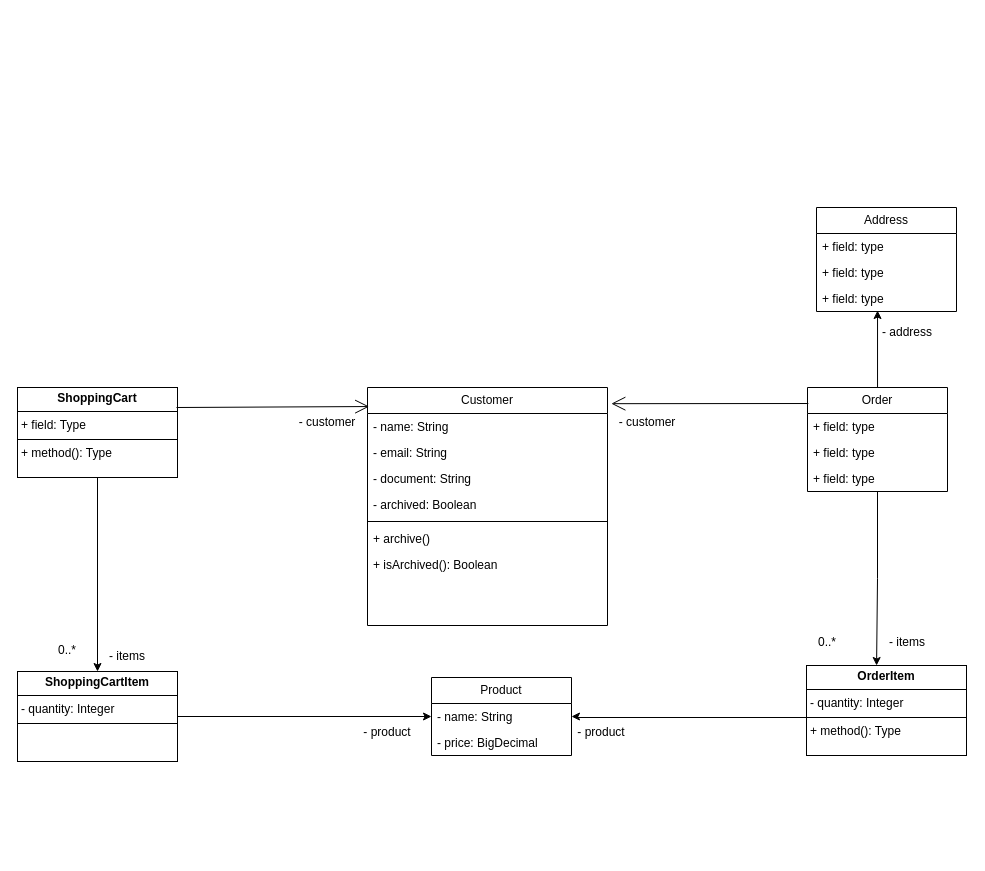
MGLMendes/ems-algashop-docs keeps this draw.io diagram as AlgaShop.drawio. Above is the earlier version. Source tidied: cells renumbered, new cells numbered last; positions are measured from the earlier drawing's top-left corner, leaving out a move shared by most shapes. Both pictures are drawn from the tidied source at 100%, with x=0, y=0 at pixel (17, 207).
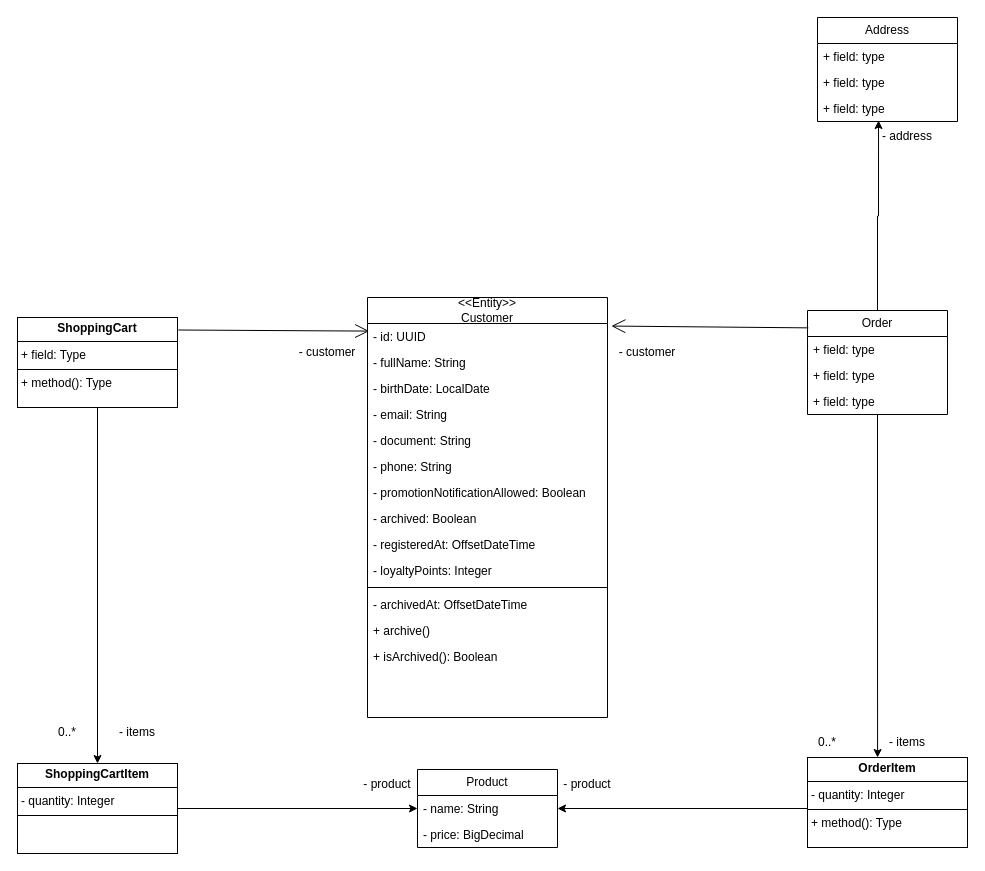
Above is the later version.

Commit message:
`5.9` Refinando Domain Model

Unchanged cells that the change refers to:
```xml
<mxCell id="16" value="- name: String" style="text;strokeColor=none;fillColor=none;align=left;verticalAlign=top;spacingLeft=4;spacingRight=4;overflow=hidden;points=[[0,0.5],[1,0.5]];portConstraint=eastwest;whiteSpace=wrap;html=1;" parent="15" vertex="1">
  <mxGeometry y="26" width="140" height="26" as="geometry" />
</mxCell>
```

What changed in the source:
```diff
@@
-    <mxCell id="2" value="Customer" style="swimlane;fontStyle=0;horizontal=1;startSize=26;fillColor=none;whiteSpace=wrap;html=1;" parent="1" vertex="1">
-      <mxGeometry x="350" y="180" width="240" height="238" as="geometry" />
+    <mxCell id="2" value="&lt;div&gt;&amp;lt;&amp;lt;Entity&amp;gt;&amp;gt;&lt;/div&gt;Customer" style="swimlane;fontStyle=0;horizontal=1;startSize=26;fillColor=none;whiteSpace=wrap;html=1;" parent="1" vertex="1">
+      <mxGeometry x="350" y="90" width="240" height="420" as="geometry" />
     </mxCell>
+    <mxCell id="41" value="- id: UUID" style="text;strokeColor=none;fillColor=none;align=left;verticalAlign=top;spacingLeft=4;spacingRight=4;overflow=hidden;whiteSpace=wrap;html=1;" parent="2" vertex="1">
+      <mxGeometry y="26" width="240" height="26" as="geometry" />
+    </mxCell>
-    <mxCell id="3" value="- name: String" style="text;strokeColor=none;fillColor=none;align=left;verticalAlign=top;spacingLeft=4;spacingRight=4;overflow=hidden;whiteSpace=wrap;html=1;" parent="2" vertex="1">
-      <mxGeometry y="26" width="240" height="26" as="geometry" />
+    <mxCell id="3" value="- fullName: String" style="text;strokeColor=none;fillColor=none;align=left;verticalAlign=top;spacingLeft=4;spacingRight=4;overflow=hidden;whiteSpace=wrap;html=1;" parent="2" vertex="1">
+      <mxGeometry y="52" width="240" height="26" as="geometry" />
     </mxCell>
+    <mxCell id="42" value="- birthDate: LocalDate" style="text;strokeColor=none;fillColor=none;align=left;verticalAlign=top;spacingLeft=4;spacingRight=4;overflow=hidden;whiteSpace=wrap;html=1;" parent="2" vertex="1">
+      <mxGeometry y="78" width="240" height="26" as="geometry" />
+    </mxCell>
     <mxCell id="4" value="- email: String" style="text;strokeColor=none;fillColor=none;align=left;verticalAlign=top;spacingLeft=4;spacingRight=4;overflow=hidden;whiteSpace=wrap;html=1;" parent="2" vertex="1">
-      <mxGeometry y="52" width="240" height="26" as="geometry" />
+      <mxGeometry y="104" width="240" height="26" as="geometry" />
     </mxCell>
     <mxCell id="5" value="- document: String" style="text;strokeColor=none;fillColor=none;align=left;verticalAlign=top;spacingLeft=4;spacingRight=4;overflow=hidden;whiteSpace=wrap;html=1;" parent="2" vertex="1">
-      <mxGeometry y="78" width="240" height="26" as="geometry" />
+      <mxGeometry y="130" width="240" height="26" as="geometry" />
     </mxCell>
+    <mxCell id="43" value="- phone: String" style="text;strokeColor=none;fillColor=none;align=left;verticalAlign=top;spacingLeft=4;spacingRight=4;overflow=hidden;whiteSpace=wrap;html=1;" parent="2" vertex="1">
+      <mxGeometry y="156" width="240" height="26" as="geometry" />
+    </mxCell>
+    <mxCell id="44" value="- promotionNotificationAllowed: Boolean" style="text;strokeColor=none;fillColor=none;align=left;verticalAlign=top;spacingLeft=4;spacingRight=4;overflow=hidden;whiteSpace=wrap;html=1;" parent="2" vertex="1">
+      <mxGeometry y="182" width="240" height="26" as="geometry" />
+    </mxCell>
     <mxCell id="6" value="- archived: Boolean" style="text;strokeColor=none;fillColor=none;align=left;verticalAlign=top;spacingLeft=4;spacingRight=4;overflow=hidden;whiteSpace=wrap;html=1;" parent="2" vertex="1">
-      <mxGeometry y="104" width="240" height="26" as="geometry" />
+      <mxGeometry y="208" width="240" height="26" as="geometry" />
     </mxCell>
+    <mxCell id="45" value="- registeredAt: OffsetDateTime" style="text;strokeColor=none;fillColor=none;align=left;verticalAlign=top;spacingLeft=4;spacingRight=4;overflow=hidden;whiteSpace=wrap;html=1;" parent="2" vertex="1">
+      <mxGeometry y="234" width="240" height="26" as="geometry" />
+    </mxCell>
+    <mxCell id="46" value="- loyaltyPoints: Integer" style="text;strokeColor=none;fillColor=none;align=left;verticalAlign=top;spacingLeft=4;spacingRight=4;overflow=hidden;whiteSpace=wrap;html=1;" parent="2" vertex="1">
+      <mxGeometry y="260" width="240" height="26" as="geometry" />
+    </mxCell>
     <mxCell id="7" style="line;strokeWidth=1;fillColor=none;align=left;verticalAlign=middle;spacingTop=-1;spacingLeft=3;spacingRight=3;labelPosition=right;strokeColor=inherit;" parent="2" vertex="1">
-      <mxGeometry y="130" width="240" height="8" as="geometry" />
+      <mxGeometry y="286" width="240" height="8" as="geometry" />
     </mxCell>
+    <mxCell id="47" value="- archivedAt: OffsetDateTime" style="text;strokeColor=none;fillColor=none;align=left;verticalAlign=top;spacingLeft=4;spacingRight=4;overflow=hidden;whiteSpace=wrap;html=1;" parent="2" vertex="1">
+      <mxGeometry y="294" width="240" height="26" as="geometry" />
+    </mxCell>
     <mxCell id="8" value="+ archive()" style="text;strokeColor=none;fillColor=none;align=left;verticalAlign=top;spacingLeft=4;spacingRight=4;overflow=hidden;whiteSpace=wrap;html=1;" parent="2" vertex="1">
-      <mxGeometry y="138" width="240" height="26" as="geometry" />
+      <mxGeometry y="320" width="240" height="26" as="geometry" />
     </mxCell>
     <mxCell id="9" value="+ isArchived(): Boolean" style="text;strokeColor=none;fillColor=none;align=left;verticalAlign=top;spacingLeft=4;spacingRight=4;overflow=hidden;whiteSpace=wrap;html=1;" parent="2" vertex="1">
-      <mxGeometry y="164" width="240" height="26" as="geometry" />
+      <mxGeometry y="346" width="240" height="26" as="geometry" />
     </mxCell>
     <mxCell id="10" style="text;strokeColor=none;fillColor=none;align=left;verticalAlign=middle;spacingTop=-1;spacingLeft=4;spacingRight=4;labelPosition=right;" parent="2" vertex="1">
-      <mxGeometry y="190" width="240" height="48" as="geometry" />
+      <mxGeometry y="372" width="240" height="48" as="geometry" />
     </mxCell>
     <mxCell id="11" value="Order" style="swimlane;fontStyle=0;horizontal=1;startSize=26;fillColor=none;whiteSpace=wrap;html=1;" parent="1" vertex="1">
-      <mxGeometry x="790" y="180" width="140" height="104" as="geometry" />
+      <mxGeometry x="790" y="103" width="140" height="104" as="geometry" />
     </mxCell>
@@
     <mxCell id="15" value="Product" style="swimlane;fontStyle=0;horizontal=1;startSize=26;fillColor=none;whiteSpace=wrap;html=1;" parent="1" vertex="1">
-      <mxGeometry x="414" y="470" width="140" height="78" as="geometry" />
+      <mxGeometry x="400" y="562" width="140" height="78" as="geometry" />
     </mxCell>
@@
     <mxCell id="18" value="Address" style="swimlane;fontStyle=0;horizontal=1;startSize=26;fillColor=none;whiteSpace=wrap;html=1;" parent="1" vertex="1">
-      <mxGeometry x="799" width="140" height="104" as="geometry" />
+      <mxGeometry x="800" y="-190" width="140" height="104" as="geometry" />
     </mxCell>
@@
     <mxCell id="23" value="&lt;p style=&quot;margin:0px;margin-top:4px;text-align:center;&quot;&gt;&lt;b&gt;ShoppingCart&lt;/b&gt;&lt;/p&gt;&lt;hr size=&quot;1&quot; style=&quot;border-style:solid;&quot;&gt;&lt;p style=&quot;margin:0px;margin-left:4px;&quot;&gt;+ field: Type&lt;/p&gt;&lt;hr size=&quot;1&quot; style=&quot;border-style:solid;&quot;&gt;&lt;p style=&quot;margin:0px;margin-left:4px;&quot;&gt;+ method(): Type&lt;/p&gt;" style="verticalAlign=top;align=left;overflow=fill;html=1;whiteSpace=wrap;" parent="1" vertex="1">
-      <mxGeometry y="180" width="160" height="90" as="geometry" />
+      <mxGeometry y="110" width="160" height="90" as="geometry" />
     </mxCell>
-    <mxCell id="24" style="endArrow=open;endFill=1;endSize=12;html=1;rounded=0;exitX=0.006;exitY=0.154;exitDx=0;exitDy=0;exitPerimeter=0;entryX=1.016;entryY=0.068;entryDx=0;entryDy=0;entryPerimeter=0;" parent="1" edge="1" source="11" target="2">
+    <mxCell id="24" style="endArrow=open;endFill=1;endSize=12;html=1;rounded=0;exitX=0.006;exitY=0.167;exitDx=0;exitDy=0;exitPerimeter=0;entryX=1.016;entryY=0.068;entryDx=0;entryDy=0;entryPerimeter=0;" parent="1" edge="1" source="11" target="2">
       <mxGeometry relative="1" as="geometry" />
     </mxCell>
     <mxCell id="25" value="- customer" style="text;html=1;whiteSpace=wrap;strokeColor=none;fillColor=none;align=center;verticalAlign=middle;rounded=0;" parent="1" vertex="1">
-      <mxGeometry x="600" y="200" width="60" height="30" as="geometry" />
+      <mxGeometry x="600" y="130" width="60" height="30" as="geometry" />
     </mxCell>
-    <mxCell id="26" style="endArrow=open;endFill=1;endSize=12;html=1;rounded=0;entryX=0.007;entryY=0.08;entryDx=0;entryDy=0;entryPerimeter=0;" parent="1" edge="1" target="2">
-      <mxGeometry relative="1" as="geometry">
-        <mxPoint x="159" y="200" as="sourcePoint" />
-      </mxGeometry>
+    <mxCell id="26" style="endArrow=open;endFill=1;endSize=12;html=1;rounded=0;entryX=0.007;entryY=0.08;entryDx=0;entryDy=0;entryPerimeter=0;exitX=1.005;exitY=0.139;exitDx=0;exitDy=0;exitPerimeter=0;" parent="1" edge="1" source="23" target="2">
+      <mxGeometry relative="1" as="geometry" />
     </mxCell>
     <mxCell id="27" value="- customer" style="text;html=1;whiteSpace=wrap;strokeColor=none;fillColor=none;align=center;verticalAlign=middle;rounded=0;" parent="1" vertex="1">
-      <mxGeometry x="280" y="200" width="60" height="30" as="geometry" />
+      <mxGeometry x="280" y="130" width="60" height="30" as="geometry" />
     </mxCell>
@@
     <mxCell id="29" value="- address" style="text;html=1;whiteSpace=wrap;strokeColor=none;fillColor=none;align=center;verticalAlign=middle;rounded=0;" parent="1" vertex="1">
-      <mxGeometry x="860" y="110" width="60" height="30" as="geometry" />
+      <mxGeometry x="860" y="-86" width="60" height="30" as="geometry" />
     </mxCell>
@@
     <mxCell id="31" value="&lt;p style=&quot;margin:0px;margin-top:4px;text-align:center;&quot;&gt;&lt;b&gt;ShoppingCartItem&lt;/b&gt;&lt;/p&gt;&lt;hr size=&quot;1&quot; style=&quot;border-style:solid;&quot;&gt;&lt;p style=&quot;margin:0px;margin-left:4px;&quot;&gt;- quantity: Integer&lt;/p&gt;&lt;hr size=&quot;1&quot; style=&quot;border-style:solid;&quot;&gt;&lt;p style=&quot;margin:0px;margin-left:4px;&quot;&gt;&lt;br&gt;&lt;/p&gt;" style="verticalAlign=top;align=left;overflow=fill;html=1;whiteSpace=wrap;" parent="1" vertex="1">
-      <mxGeometry y="464" width="160" height="90" as="geometry" />
+      <mxGeometry y="556" width="160" height="90" as="geometry" />
     </mxCell>
     <mxCell id="32" style="edgeStyle=orthogonalEdgeStyle;rounded=0;jettySize=auto;html=1;entryX=1;entryY=0.5;entryDx=0;entryDy=0;" parent="1" edge="1" source="33" target="16">
       <mxGeometry relative="1" as="geometry">
         <Array as="points">
-          <mxPoint x="558" y="510" />
-          <mxPoint x="558" y="509" />
+          <mxPoint x="540" y="600" />
         </Array>
       </mxGeometry>
     </mxCell>
     <mxCell id="33" value="&lt;p style=&quot;margin:0px;margin-top:4px;text-align:center;&quot;&gt;&lt;b&gt;OrderItem&lt;/b&gt;&lt;/p&gt;&lt;hr size=&quot;1&quot; style=&quot;border-style:solid;&quot;&gt;&lt;p style=&quot;margin:0px;margin-left:4px;&quot;&gt;- quantity: Integer&lt;/p&gt;&lt;hr size=&quot;1&quot; style=&quot;border-style:solid;&quot;&gt;&lt;p style=&quot;margin:0px;margin-left:4px;&quot;&gt;+ method(): Type&lt;/p&gt;" style="verticalAlign=top;align=left;overflow=fill;html=1;whiteSpace=wrap;" parent="1" vertex="1">
-      <mxGeometry x="789" y="458" width="160" height="90" as="geometry" />
+      <mxGeometry x="790" y="550" width="160" height="90" as="geometry" />
     </mxCell>
@@
     <mxCell id="35" value="- product" style="text;html=1;whiteSpace=wrap;strokeColor=none;fillColor=none;align=center;verticalAlign=middle;rounded=0;" parent="1" vertex="1">
-      <mxGeometry x="340" y="510" width="60" height="30" as="geometry" />
+      <mxGeometry x="340" y="562" width="60" height="30" as="geometry" />
     </mxCell>
     <mxCell id="36" value="- product" style="text;html=1;whiteSpace=wrap;strokeColor=none;fillColor=none;align=center;verticalAlign=middle;rounded=0;" parent="1" vertex="1">
-      <mxGeometry x="554" y="510" width="60" height="30" as="geometry" />
+      <mxGeometry x="540" y="562" width="60" height="30" as="geometry" />
     </mxCell>
     <mxCell id="37" value="- items" style="text;html=1;whiteSpace=wrap;strokeColor=none;fillColor=none;align=center;verticalAlign=middle;rounded=0;" parent="1" vertex="1">
-      <mxGeometry x="860" y="420" width="60" height="30" as="geometry" />
+      <mxGeometry x="860" y="520" width="60" height="30" as="geometry" />
     </mxCell>
     <mxCell id="38" value="- items" style="text;html=1;whiteSpace=wrap;strokeColor=none;fillColor=none;align=center;verticalAlign=middle;rounded=0;" parent="1" vertex="1">
-      <mxGeometry x="80" y="434" width="60" height="30" as="geometry" />
+      <mxGeometry x="90" y="510" width="60" height="30" as="geometry" />
     </mxCell>
     <mxCell id="39" value="0..*" style="text;html=1;whiteSpace=wrap;strokeColor=none;fillColor=none;align=center;verticalAlign=middle;rounded=0;" parent="1" vertex="1">
-      <mxGeometry x="780" y="420" width="60" height="30" as="geometry" />
+      <mxGeometry x="780" y="520" width="60" height="30" as="geometry" />
     </mxCell>
     <mxCell id="40" value="0..*" style="text;html=1;whiteSpace=wrap;strokeColor=none;fillColor=none;align=center;verticalAlign=middle;rounded=0;" parent="1" vertex="1">
-      <mxGeometry x="20" y="428" width="60" height="30" as="geometry" />
+      <mxGeometry x="20" y="510" width="60" height="30" as="geometry" />
     </mxCell>
```
